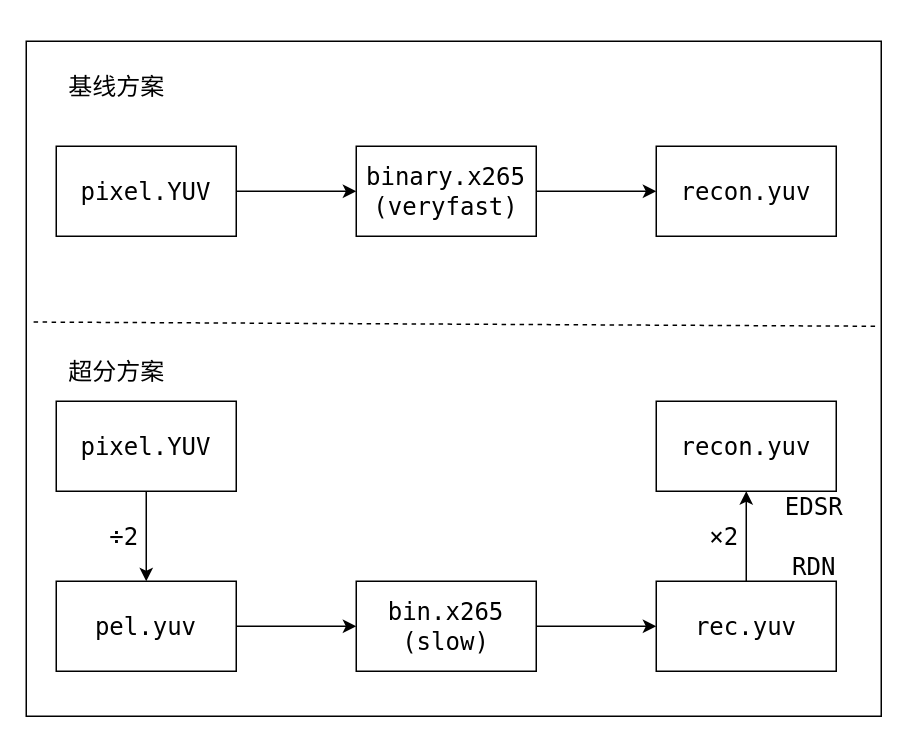
The draw.io diagram XML/ZTE_VCM_SR.drawio in Joeyrr/draw.io, before the edit. Source tidied: cells renumbered, new cells numbered last; positions are measured from the earlier drawing's top-left corner, leaving out a move shared by most shapes. Both pictures are drawn from the tidied source at 150%, with x=0, y=0 at pixel (26, 40).
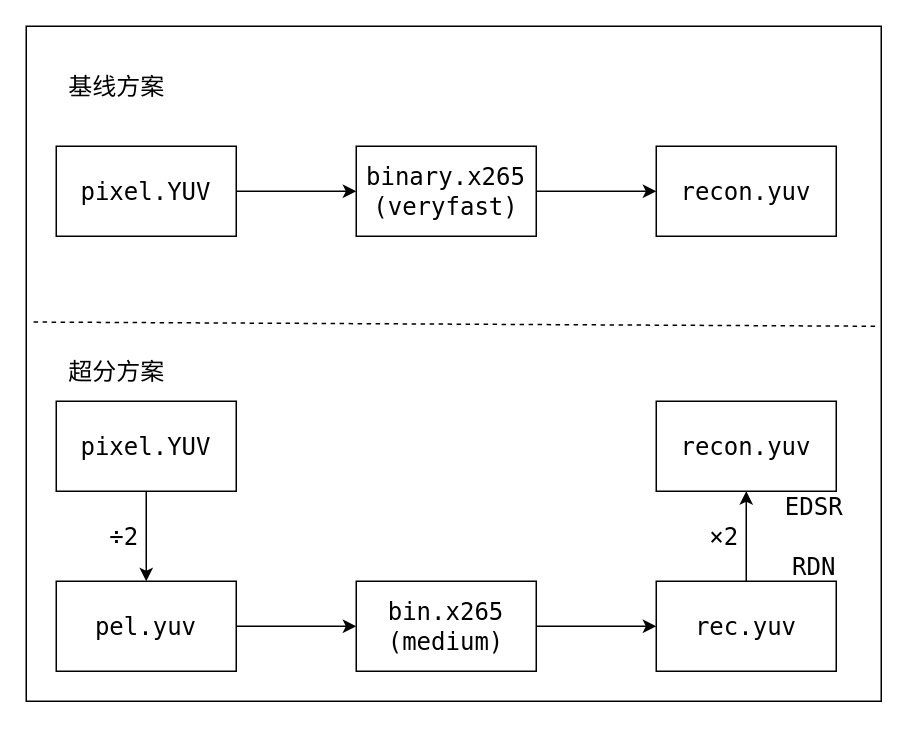
The same page after the edit.

Diff of the diagram source:
```diff
@@
-    <mxCell id="13" value="bin.x265&lt;br&gt;(slow)" style="whiteSpace=wrap;html=1;fontSize=16;fontFamily=Lucida Console;rounded=0;" parent="1" vertex="1">
+    <mxCell id="13" value="bin.x265&lt;br&gt;(medium)" style="whiteSpace=wrap;html=1;fontSize=16;fontFamily=Lucida Console;rounded=0;" parent="1" vertex="1">
       <mxGeometry x="220" y="360" width="120" height="60" as="geometry" />
     </mxCell>
@@
     <mxCell id="22" style="rounded=0;whiteSpace=wrap;html=1;fontFamily=Lucida Console;fontSize=16;fillOpacity=0;" parent="1" vertex="1">
-      <mxGeometry width="570" height="450" as="geometry" />
+      <mxGeometry y="-10" width="570" height="450" as="geometry" />
     </mxCell>
```
